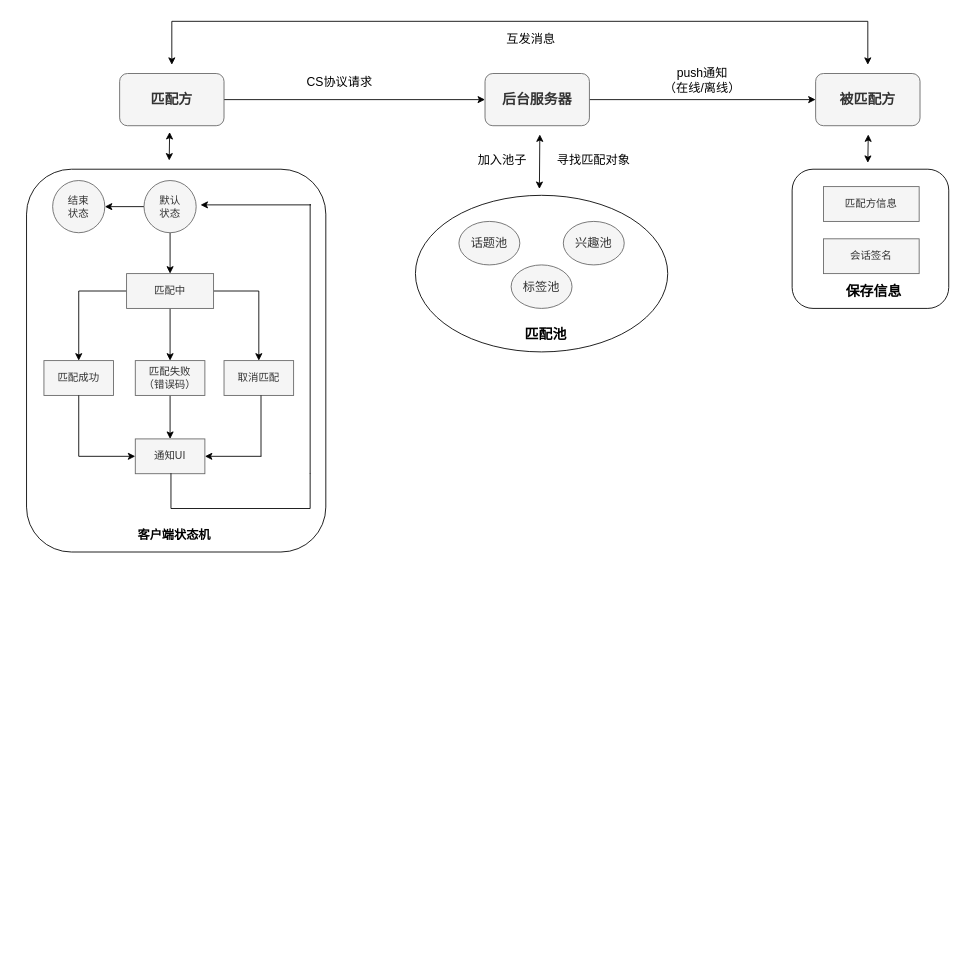
This is page "kuolie" (4 of 4) of t3.drawio from wind1096471134/Brainstorming, a draw.io file, before an edit. Source tidied: cells renumbered, new cells numbered last; positions are measured from the earlier drawing's top-left corner, leaving out a move shared by most shapes. Both pictures are drawn from the tidied source at 87%, with x=0, y=0 at pixel (26, 21).
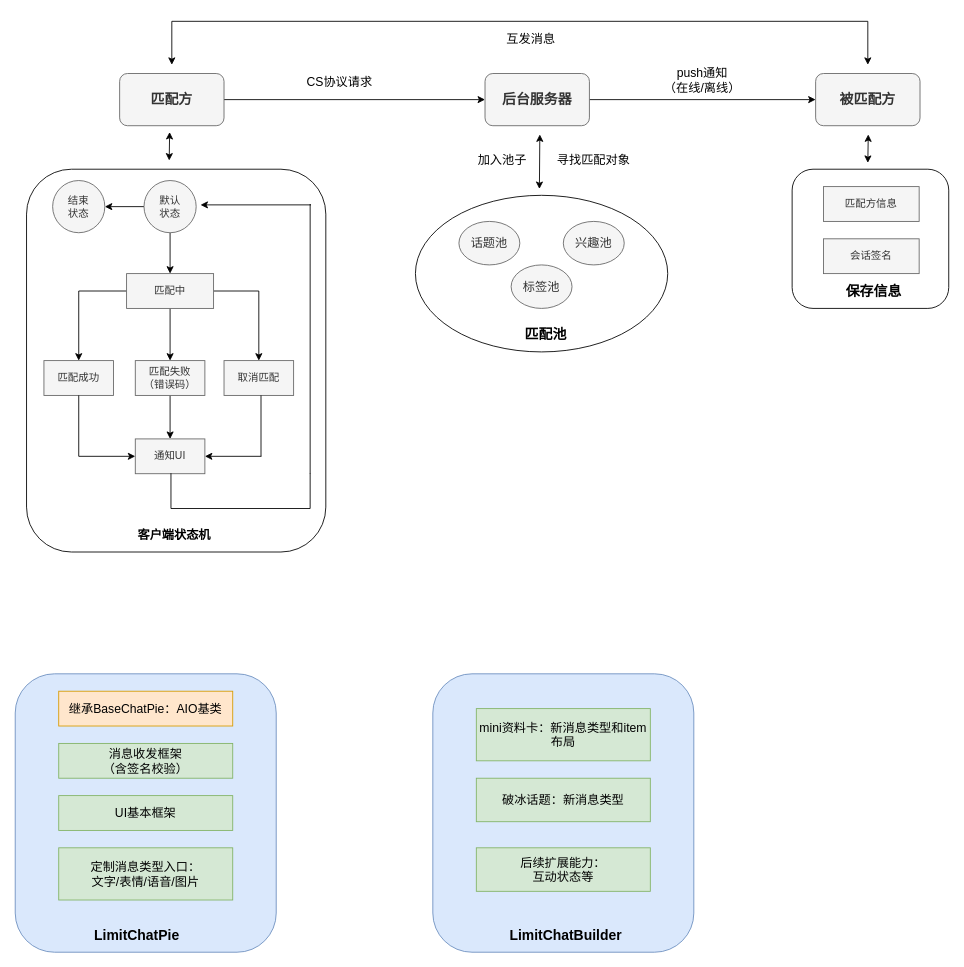
Above is the later version.

The edit, as a diff of the source:
```diff
@@
+    <mxCell id="49" style="rounded=1;whiteSpace=wrap;html=1;fillColor=#dae8fc;strokeColor=#6c8ebf;" parent="1" vertex="1">
+      <mxGeometry x="-13" y="750" width="300" height="320" as="geometry" />
+    </mxCell>
+    <mxCell id="50" value="&lt;font size=&quot;1&quot;&gt;&lt;b style=&quot;font-size: 16px&quot;&gt;LimitChatPie&lt;/b&gt;&lt;/font&gt;" style="text;html=1;strokeColor=none;fillColor=none;align=center;verticalAlign=middle;whiteSpace=wrap;rounded=0;" parent="1" vertex="1">
+      <mxGeometry x="107" y="1040" width="40" height="20" as="geometry" />
+    </mxCell>
+    <mxCell id="51" value="&lt;font style=&quot;font-size: 14px&quot;&gt;定制消息类型入口：&lt;br&gt;文字/表情/语音/图片&lt;br&gt;&lt;/font&gt;" style="rounded=0;whiteSpace=wrap;html=1;fillColor=#d5e8d4;strokeColor=#82b366;" parent="1" vertex="1">
+      <mxGeometry x="37" y="950" width="200" height="60" as="geometry" />
+    </mxCell>
+    <mxCell id="52" value="&lt;font style=&quot;font-size: 14px&quot;&gt;继承BaseChatPie：AIO基类&lt;/font&gt;" style="rounded=0;whiteSpace=wrap;html=1;fillColor=#ffe6cc;strokeColor=#d79b00;" parent="1" vertex="1">
+      <mxGeometry x="37" y="770" width="200" height="40" as="geometry" />
+    </mxCell>
+    <mxCell id="53" value="&lt;font style=&quot;font-size: 14px&quot;&gt;消息收发框架&lt;br&gt;（含签名校验）&lt;br&gt;&lt;/font&gt;" style="rounded=0;whiteSpace=wrap;html=1;fillColor=#d5e8d4;strokeColor=#82b366;" parent="1" vertex="1">
+      <mxGeometry x="37" y="830" width="200" height="40" as="geometry" />
+    </mxCell>
+    <mxCell id="54" value="&lt;font style=&quot;font-size: 14px&quot;&gt;UI基本框架&lt;/font&gt;" style="rounded=0;whiteSpace=wrap;html=1;fillColor=#d5e8d4;strokeColor=#82b366;" parent="1" vertex="1">
+      <mxGeometry x="37" y="890" width="200" height="40" as="geometry" />
+    </mxCell>
+    <mxCell id="55" style="rounded=1;whiteSpace=wrap;html=1;fillColor=#dae8fc;strokeColor=#6c8ebf;" parent="1" vertex="1">
+      <mxGeometry x="467" y="750" width="300" height="320" as="geometry" />
+    </mxCell>
+    <mxCell id="56" value="&lt;font style=&quot;font-size: 16px&quot;&gt;&lt;b&gt;LimitChatBuilder&lt;/b&gt;&lt;/font&gt;" style="text;html=1;strokeColor=none;fillColor=none;align=center;verticalAlign=middle;whiteSpace=wrap;rounded=0;" parent="1" vertex="1">
+      <mxGeometry x="600" y="1040" width="40" height="20" as="geometry" />
+    </mxCell>
+    <mxCell id="57" value="&lt;span style=&quot;font-size: 14px&quot;&gt;mini资料卡：新消息类型和item布局&lt;/span&gt;" style="rounded=0;whiteSpace=wrap;html=1;fillColor=#d5e8d4;strokeColor=#82b366;" parent="1" vertex="1">
+      <mxGeometry x="517" y="790" width="200" height="60" as="geometry" />
+    </mxCell>
+    <mxCell id="58" value="&lt;font style=&quot;font-size: 14px&quot;&gt;破冰话题：新消息类型&lt;br&gt;&lt;/font&gt;" style="rounded=0;whiteSpace=wrap;html=1;fillColor=#d5e8d4;strokeColor=#82b366;" parent="1" vertex="1">
+      <mxGeometry x="517" y="870" width="200" height="50" as="geometry" />
+    </mxCell>
+    <mxCell id="59" value="&lt;font style=&quot;font-size: 14px&quot;&gt;后续扩展能力：&lt;br&gt;互动状态等&lt;br&gt;&lt;/font&gt;" style="rounded=0;whiteSpace=wrap;html=1;fillColor=#d5e8d4;strokeColor=#82b366;" parent="1" vertex="1">
+      <mxGeometry x="517" y="950" width="200" height="50" as="geometry" />
+    </mxCell>
```
